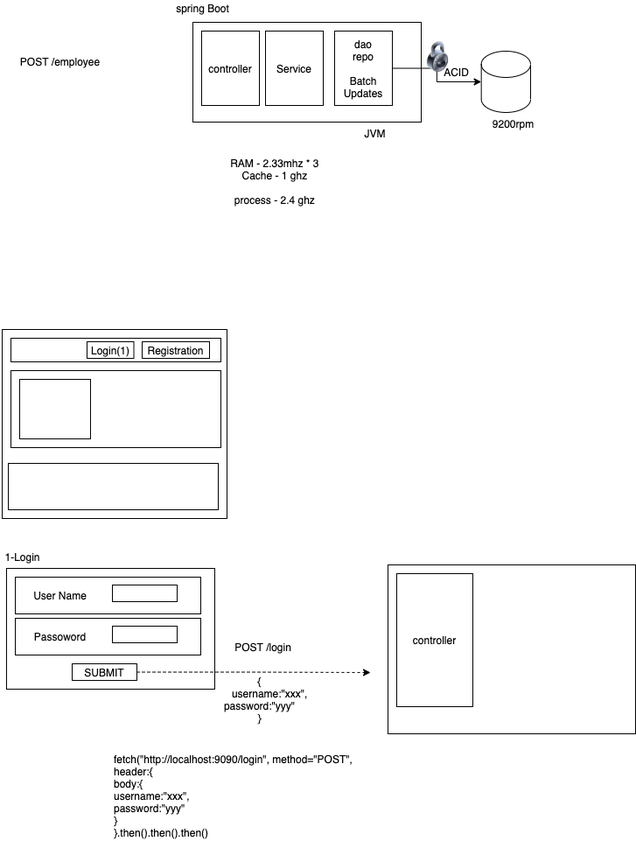
adithnaveen/boot-camp-barclays-sep-2021 keeps this draw.io diagram as notes-and-images/day9.drawio.png. Above is the earlier version. Source tidied: cells renumbered, new cells last; positions are measured from the earlier drawing's top-left corner, leaving out a move shared by most shapes.
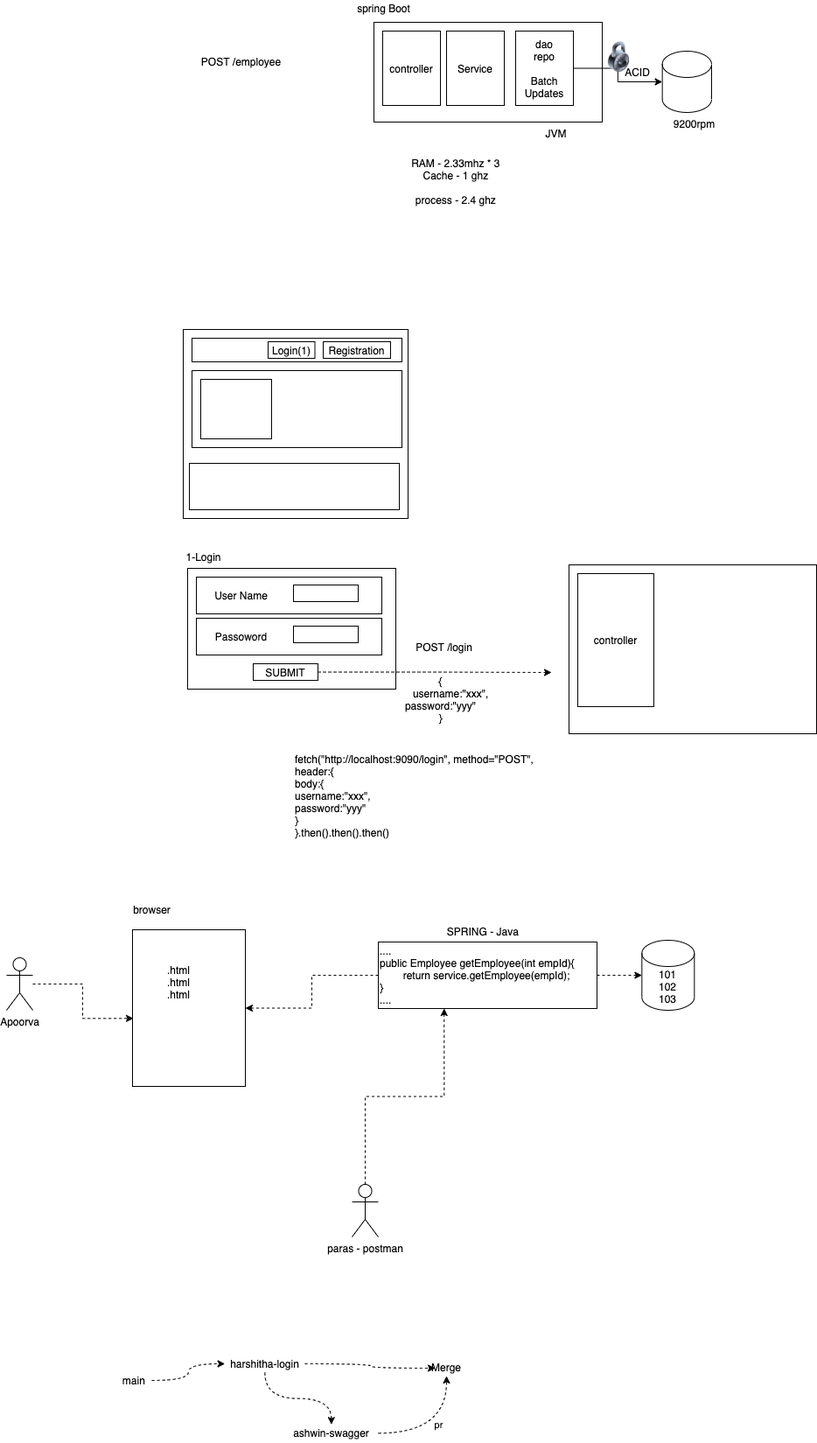
After the change.

Diff of the diagram source:
```diff
@@ -109,5 +109,67 @@
     <mxCell id="36" value="fetch(&quot;http://localhost:9090/login&quot;, method=&quot;POST&quot;,&amp;nbsp;&lt;br&gt;header:{&lt;br&gt;body:{&lt;br&gt;&lt;span&gt;&#9;&lt;/span&gt;username:&quot;xxx&quot;,&amp;nbsp;&lt;br&gt;password:&quot;yyy&quot;&lt;br&gt;}&lt;br&gt;}.then().then().then()" style="text;html=1;align=left;verticalAlign=middle;strokeColor=none;" parent="1" vertex="1">
       <mxGeometry x="128" y="858" width="286" height="102" as="geometry" />
     </mxCell>
+    <mxCell id="37" style="edgeStyle=orthogonalEdgeStyle;rounded=0;jettySize=auto;html=1;dashed=1;" parent="1" edge="1" source="39" target="41">
+      <mxGeometry relative="1" as="geometry" />
+    </mxCell>
+    <mxCell id="38" style="edgeStyle=orthogonalEdgeStyle;rounded=0;jettySize=auto;html=1;dashed=1;" parent="1" edge="1" source="39" target="42">
+      <mxGeometry relative="1" as="geometry" />
+    </mxCell>
+    <mxCell id="39" value="....&lt;br&gt;public Employee getEmployee(int empId){&lt;br&gt;&lt;span style=&quot;white-space: pre&quot;&gt;&#9;&lt;/span&gt;return service.getEmployee(empId);&lt;br&gt;}&lt;br&gt;...." style="rounded=0;whiteSpace=wrap;html=1;align=left;" parent="1" vertex="1">
+      <mxGeometry x="225" y="1076" width="250" height="76" as="geometry" />
+    </mxCell>
+    <mxCell id="40" value="SPRING - Java&amp;nbsp;" style="text;html=1;align=center;verticalAlign=middle;strokeColor=none;" parent="1" vertex="1">
+      <mxGeometry x="298" y="1055" width="95" height="18" as="geometry" />
+    </mxCell>
+    <mxCell id="41" value="101&lt;br&gt;102&lt;br&gt;103" style="shape=cylinder3;whiteSpace=wrap;html=1;boundedLbl=1;backgroundOutline=1;size=15;align=center;" parent="1" vertex="1">
+      <mxGeometry x="526.3" y="1074" width="60" height="80" as="geometry" />
+    </mxCell>
+    <mxCell id="42" style="rounded=0;whiteSpace=wrap;html=1;align=center;" parent="1" vertex="1">
+      <mxGeometry x="-56" y="1062" width="129" height="179" as="geometry" />
+    </mxCell>
+    <mxCell id="43" style="edgeStyle=orthogonalEdgeStyle;rounded=0;jettySize=auto;html=1;entryX=0.008;entryY=0.566;entryDx=0;entryDy=0;entryPerimeter=0;dashed=1;" parent="1" edge="1" source="44" target="42">
+      <mxGeometry relative="1" as="geometry" />
+    </mxCell>
+    <mxCell id="44" value="Apoorva" style="shape=umlActor;verticalLabelPosition=bottom;verticalAlign=top;html=1;outlineConnect=0;" parent="1" vertex="1">
+      <mxGeometry x="-200" y="1094" width="30" height="60" as="geometry" />
+    </mxCell>
+    <mxCell id="45" value="browser" style="text;html=1;align=center;verticalAlign=middle;strokeColor=none;" parent="1" vertex="1">
+      <mxGeometry x="-61" y="1030" width="53" height="18" as="geometry" />
+    </mxCell>
+    <mxCell id="46" value=".html&lt;br&gt;.html&lt;br&gt;.html" style="text;html=1;strokeColor=none;fillColor=none;align=center;verticalAlign=middle;whiteSpace=wrap;rounded=0;" parent="1" vertex="1">
+      <mxGeometry x="-23" y="1087" width="40" height="69" as="geometry" />
+    </mxCell>
+    <mxCell id="47" style="edgeStyle=orthogonalEdgeStyle;rounded=0;jettySize=auto;html=1;entryX=0.301;entryY=1;entryDx=0;entryDy=0;entryPerimeter=0;dashed=1;" parent="1" edge="1" source="48" target="39">
+      <mxGeometry relative="1" as="geometry" />
+    </mxCell>
+    <mxCell id="48" value="paras - postman" style="shape=umlActor;verticalLabelPosition=bottom;verticalAlign=top;html=1;outlineConnect=0;" parent="1" vertex="1">
+      <mxGeometry x="195" y="1353" width="30" height="60" as="geometry" />
+    </mxCell>
+    <mxCell id="49" style="edgeStyle=orthogonalEdgeStyle;rounded=0;jettySize=auto;html=1;dashed=1;curved=1;" parent="1" edge="1" source="50" target="53">
+      <mxGeometry relative="1" as="geometry" />
+    </mxCell>
+    <mxCell id="50" value="main&amp;nbsp;" style="text;html=1;align=center;verticalAlign=middle;points=[];strokeColor=none;" parent="1" vertex="1">
+      <mxGeometry x="-73" y="1568" width="39" height="18" as="geometry" />
+    </mxCell>
+    <mxCell id="51" style="edgeStyle=orthogonalEdgeStyle;curved=1;rounded=0;jettySize=auto;html=1;dashed=1;" parent="1" edge="1" source="53">
+      <mxGeometry relative="1" as="geometry">
+        <mxPoint x="290" y="1563" as="targetPoint" />
+      </mxGeometry>
+    </mxCell>
+    <mxCell id="52" style="edgeStyle=orthogonalEdgeStyle;curved=1;rounded=0;jettySize=auto;html=1;dashed=1;" parent="1" edge="1" source="53" target="55">
+      <mxGeometry relative="1" as="geometry" />
+    </mxCell>
+    <mxCell id="53" value="harshitha-login" style="text;html=1;strokeColor=none;fillColor=none;align=center;verticalAlign=middle;whiteSpace=wrap;rounded=0;" parent="1" vertex="1">
+      <mxGeometry x="49.7" y="1548" width="91.3" height="20" as="geometry" />
+    </mxCell>
+    <mxCell id="54" value="pr" style="edgeStyle=orthogonalEdgeStyle;curved=1;rounded=0;jettySize=auto;html=1;dashed=1;" parent="1" edge="1" source="55" target="56">
+      <mxGeometry x="0.22" y="9" relative="1" as="geometry" />
+    </mxCell>
+    <mxCell id="55" value="ashwin-swagger" style="text;html=1;strokeColor=none;fillColor=none;align=center;verticalAlign=middle;whiteSpace=wrap;rounded=0;" parent="1" vertex="1">
+      <mxGeometry x="117.7" y="1627.3" width="107.3" height="20" as="geometry" />
+    </mxCell>
+    <mxCell id="56" value="Merge" style="text;html=1;strokeColor=none;fillColor=none;align=center;verticalAlign=middle;whiteSpace=wrap;rounded=0;" parent="1" vertex="1">
+      <mxGeometry x="283" y="1552" width="40" height="20" as="geometry" />
+    </mxCell>
   </root>
 </mxGraphModel>
```
